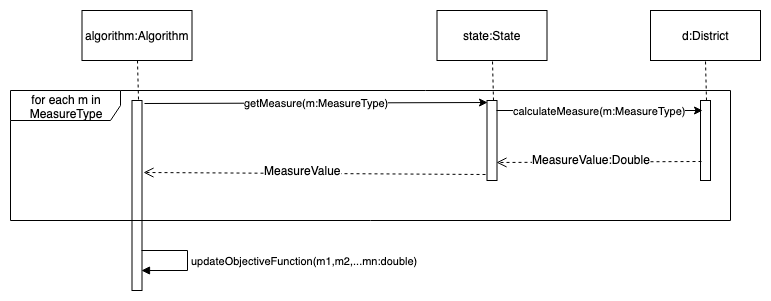
This is Presentation/SequenceDiagrams/30. Calculate objective function including measures for equal population, compactness, and political fairness.png from Randypaquette13/CSE308New, a draw.io export, as it was before one commit. Source tidied: cells renumbered, new cells last; positions are measured from the earlier drawing's top-left corner, leaving out a move shared by most shapes.
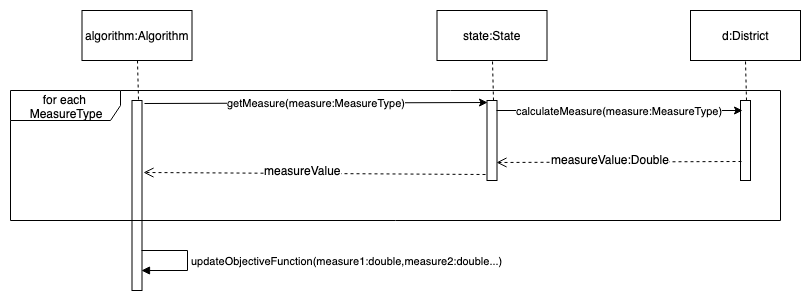
Above is the later version.

What changed in the source:
```diff
@@ -20,16 +20,16 @@
     <mxCell id="7" style="endArrow=none;dashed=1;html=1;entryX=0.5;entryY=1;entryDx=0;entryDy=0;exitX=0.6;exitY=-0.004;exitDx=0;exitDy=0;exitPerimeter=0;" parent="1" edge="1" source="5" target="6">
       <mxGeometry relative="1" as="geometry" />
     </mxCell>
-    <mxCell id="8" value="getMeasure(m:MeasureType)" style="endArrow=classic;html=1;entryX=0;entryY=0.025;entryDx=0;entryDy=0;entryPerimeter=0;exitX=1.2;exitY=0.014;exitDx=0;exitDy=0;exitPerimeter=0;" parent="1" edge="1" source="2" target="5">
+    <mxCell id="8" value="getMeasure(measure:MeasureType)" style="endArrow=classic;html=1;entryX=0;entryY=0.025;entryDx=0;entryDy=0;entryPerimeter=0;exitX=1.2;exitY=0.014;exitDx=0;exitDy=0;exitPerimeter=0;" parent="1" edge="1" source="2" target="5">
       <mxGeometry relative="1" as="geometry" />
     </mxCell>
     <mxCell id="9" style="html=1;verticalAlign=bottom;endArrow=open;dashed=1;endSize=8;exitX=-0.2;exitY=0.925;exitDx=0;exitDy=0;exitPerimeter=0;entryX=1.1;entryY=0.379;entryDx=0;entryDy=0;entryPerimeter=0;" parent="1" edge="1" source="5" target="2">
       <mxGeometry relative="1" as="geometry" />
     </mxCell>
-    <mxCell id="10" value="MeasureValue" style="text;html=1;align=center;verticalAlign=middle;labelBackgroundColor=#ffffff;" parent="9" vertex="1">
+    <mxCell id="10" value="measureValue" style="text;html=1;align=center;verticalAlign=middle;labelBackgroundColor=#ffffff;" parent="9" vertex="1">
       <mxGeometry x="0.07" y="-3" relative="1" as="geometry" />
     </mxCell>
-    <mxCell id="11" value="updateObjectiveFunction(m1,m2,...mn:double)&lt;br&gt;" style="edgeStyle=orthogonalEdgeStyle;html=1;align=left;spacingLeft=2;endArrow=block;rounded=0;" parent="1" edge="1">
+    <mxCell id="11" value="updateObjectiveFunction(measure1:double,measure2:double...)&lt;br&gt;" style="edgeStyle=orthogonalEdgeStyle;html=1;align=left;spacingLeft=2;endArrow=block;rounded=0;" parent="1" edge="1">
       <mxGeometry relative="1" as="geometry">
         <mxPoint x="131" y="240" as="sourcePoint" />
         <mxPoint x="131" y="260" as="targetPoint" />
@@ -40,25 +40,25 @@
         </Array>
       </mxGeometry>
     </mxCell>
-    <mxCell id="12" value="for each m in MeasureType" style="shape=umlFrame;whiteSpace=wrap;html=1;width=110;height=30;" parent="1" vertex="1">
-      <mxGeometry y="80" width="720" height="130" as="geometry" />
+    <mxCell id="12" value="for each&amp;nbsp; MeasureType" style="shape=umlFrame;whiteSpace=wrap;html=1;width=110;height=30;" parent="1" vertex="1">
+      <mxGeometry y="80" width="770" height="130" as="geometry" />
     </mxCell>
     <mxCell id="13" style="html=1;points=[];perimeter=orthogonalPerimeter;" parent="1" vertex="1">
-      <mxGeometry x="690" y="90" width="10" height="80" as="geometry" />
+      <mxGeometry x="730" y="90" width="10" height="80" as="geometry" />
     </mxCell>
     <mxCell id="14" value="d:District" style="html=1;" parent="1" vertex="1">
-      <mxGeometry x="640" width="110" height="50" as="geometry" />
+      <mxGeometry x="680" width="110" height="50" as="geometry" />
     </mxCell>
     <mxCell id="15" style="endArrow=none;dashed=1;html=1;entryX=0.5;entryY=1;entryDx=0;entryDy=0;exitX=0.6;exitY=-0.004;exitDx=0;exitDy=0;exitPerimeter=0;" parent="1" edge="1" source="13" target="14">
       <mxGeometry relative="1" as="geometry" />
     </mxCell>
-    <mxCell id="16" value="calculateMeasure(m:MeasureType)" style="endArrow=classic;html=1;exitX=0.95;exitY=0.125;exitDx=0;exitDy=0;exitPerimeter=0;entryX=0.15;entryY=0.125;entryDx=0;entryDy=0;entryPerimeter=0;" parent="1" edge="1" source="5" target="13">
+    <mxCell id="16" value="calculateMeasure(measure:MeasureType)" style="endArrow=classic;html=1;exitX=0.95;exitY=0.125;exitDx=0;exitDy=0;exitPerimeter=0;entryX=0.15;entryY=0.125;entryDx=0;entryDy=0;entryPerimeter=0;" parent="1" edge="1" source="5" target="13">
       <mxGeometry relative="1" as="geometry" />
     </mxCell>
     <mxCell id="17" style="html=1;verticalAlign=bottom;endArrow=open;dashed=1;endSize=8;exitX=0.05;exitY=0.763;exitDx=0;exitDy=0;exitPerimeter=0;entryX=0.95;entryY=0.775;entryDx=0;entryDy=0;entryPerimeter=0;" parent="1" edge="1" source="13" target="5">
       <mxGeometry relative="1" as="geometry" />
     </mxCell>
-    <mxCell id="18" value="MeasureValue:Double" style="text;html=1;align=center;verticalAlign=middle;labelBackgroundColor=#ffffff;" parent="17" vertex="1">
+    <mxCell id="18" value="measureValue:Double" style="text;html=1;align=center;verticalAlign=middle;labelBackgroundColor=#ffffff;" parent="17" vertex="1">
       <mxGeometry x="0.07" y="-3" relative="1" as="geometry" />
     </mxCell>
   </root>
```
